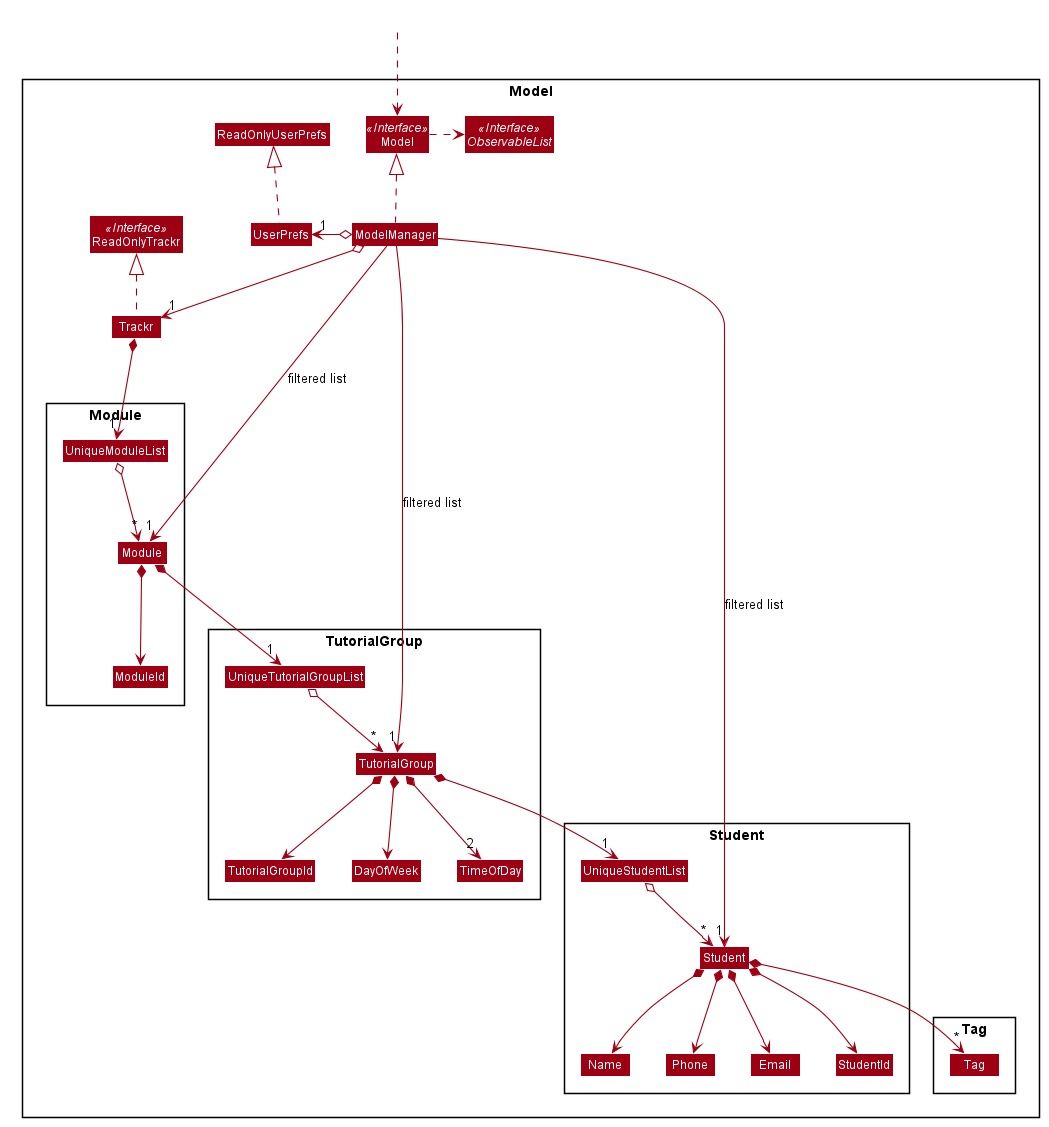
Before: docs/images/ModelClassDiagram.png, a diagram exported from PlantUML (nus-cs2103-AY2021S1/tp).
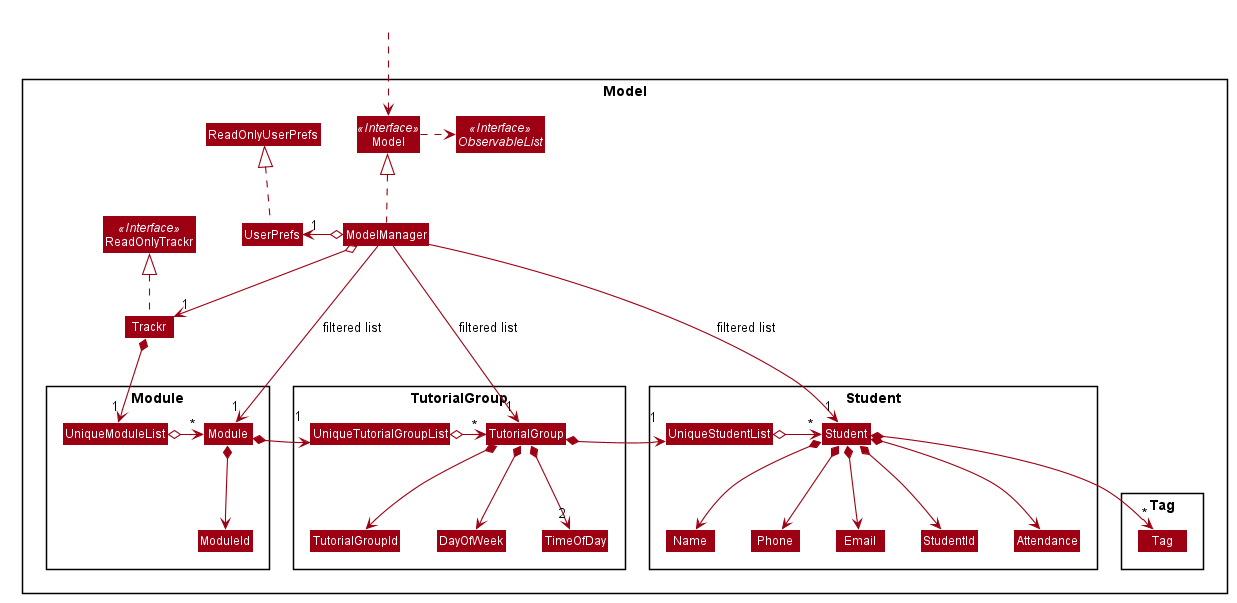
After the change.

Change to the diagram source:
```diff
@@ -83,6 +83,7 @@
 Class Phone
 Class StudentId
 Class UniqueStudentList
+Class Attendance
 }
 
 
@@ -103,21 +104,22 @@
 UserPrefs .up.|> ReadOnlyUserPrefs
 
 Trackr *--> "1" UniqueModuleList
-UniqueModuleList o--> "*" Module
+UniqueModuleList o-right-> "*" Module
 Module *--> ModuleId
 
-Module *--> "1" UniqueTutorialGroupList
-UniqueTutorialGroupList o--> "*" TutorialGroup
+Module *-right-> "1" UniqueTutorialGroupList
+UniqueTutorialGroupList o-right-> "*" TutorialGroup
 TutorialGroup *--> TutorialGroupId
 TutorialGroup *--> DayOfWeek
 TutorialGroup *--> "2" TimeOfDay
 
-TutorialGroup *--> "1" UniqueStudentList
-UniqueStudentList o--> "*" Student
+TutorialGroup *-right-> "1" UniqueStudentList
+UniqueStudentList o-right-> "*" Student
 Student *--> Name
 Student *--> Phone
 Student *--> Email
 Student *--> StudentId
+Student *--> Attendance
 Student *--> "*" Tag
 
 Name -[hidden]right-> Phone
```
